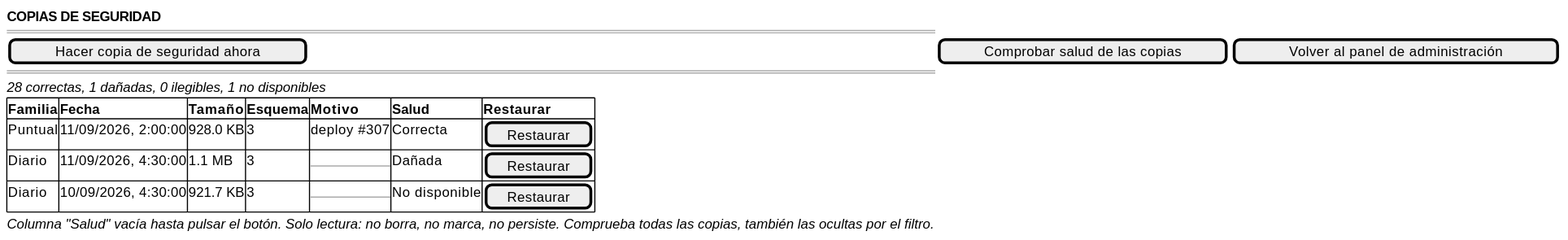
Above: images/RUP/01-requisitos/03-detalle-casos-uso/comprobarCopiasSeguridad/wireframe.svg in mmasias/pyCeldaPublico (PlantUML), before the change.
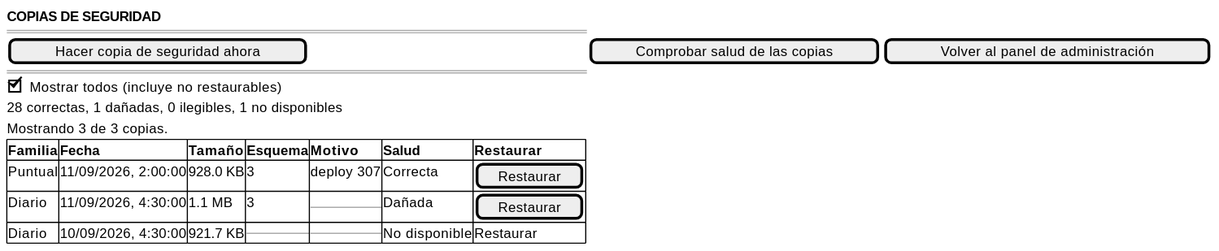
The same file after the commit.

The edit, as a diff of the source:
```diff
@@ -4,13 +4,14 @@
     ====
     [ Hacer copia de seguridad ahora ] | [ Comprobar salud de las copias ] | [ Volver al panel de administración ]
     ====
-    <i>28 correctas, 1 dañadas, 0 ilegibles, 1 no disponibles</i>
+    [X] Mostrar todos (incluye no restaurables)
+    28 correctas, 1 dañadas, 0 ilegibles, 1 no disponibles
+    Mostrando 3 de 3 copias.
     {#
         <b>Familia | <b>Fecha | <b>Tamaño | <b>Esquema | <b>Motivo | <b>Salud | <b>Restaurar
-        Puntual | 11/09/2026, 2:00:00 | 928.0 KB | 3 | deploy #307 | Correcta | [ Restaurar ]
-        Diario  | 11/09/2026, 4:30:00 | 1.1 MB   | 3 | --          | Dañada   | [ Restaurar ]
-        Diario  | 10/09/2026, 4:30:00 | 921.7 KB | 3 | --          | No disponible | [ Restaurar ]
+        Puntual | 11/09/2026, 2:00:00 | 928.0 KB | 3 | deploy 307 | Correcta | [ Restaurar ]
+        Diario  | 11/09/2026, 4:30:00 | 1.1 MB   | 3 | --         | Dañada   | [ Restaurar ]
+        Diario  | 10/09/2026, 4:30:00 | 921.7 KB | -- | --        | No disponible | Restaurar
     }
-    <i>Columna "Salud" vacía hasta pulsar el botón. Solo lectura: no borra, no marca, no persiste. Comprueba todas las copias, también las ocultas por el filtro.</i>
 }
 @endsalt
```
